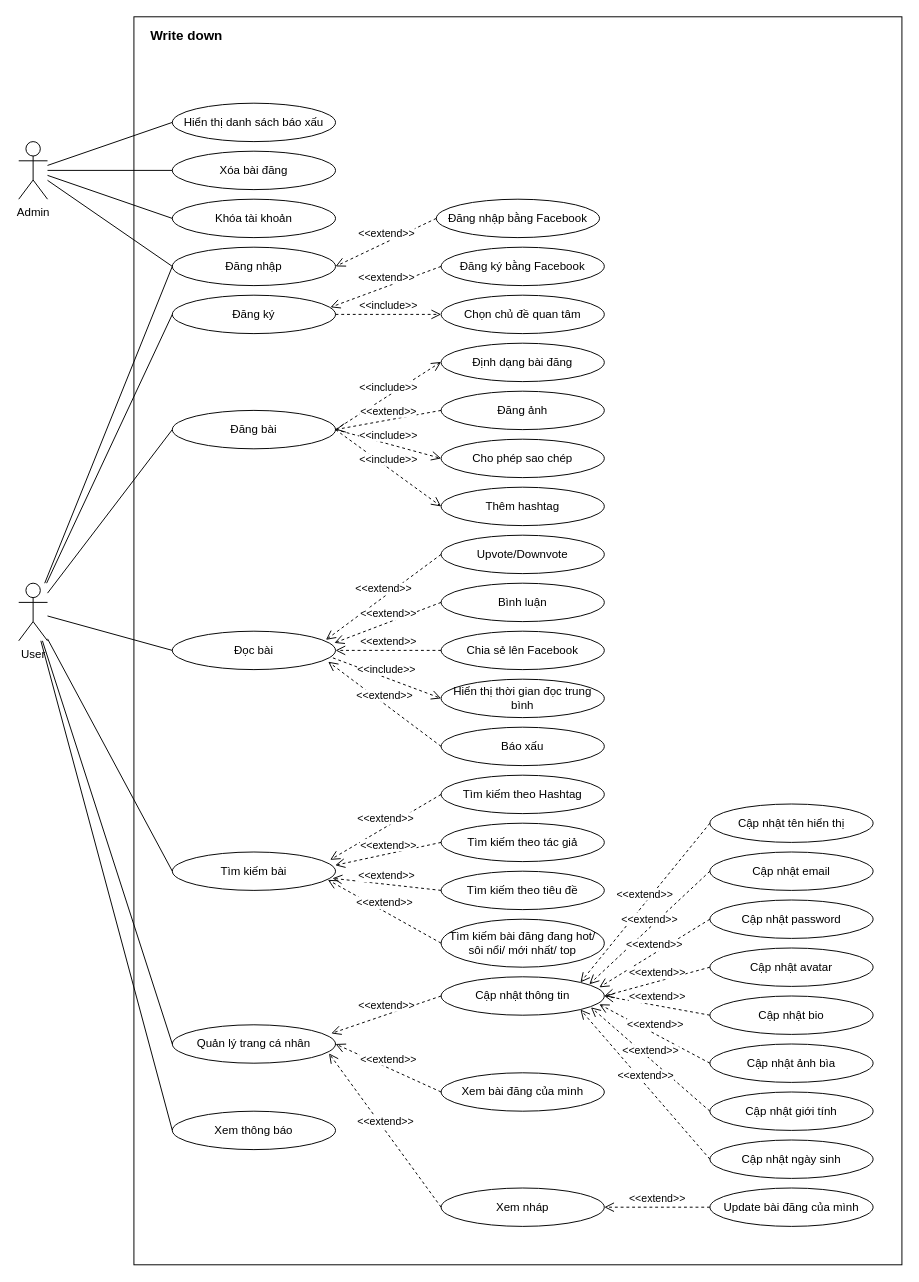
Before: use_case/write_down.drawio in nghialuffy/write_down_project, a draw.io diagram. Source tidied: cells renumbered, new cells numbered last; positions are measured from the earlier drawing's top-left corner, leaving out a move shared by most shapes. Both pictures are drawn from the tidied source at 96%, with x=0, y=0 at pixel (18, 16).
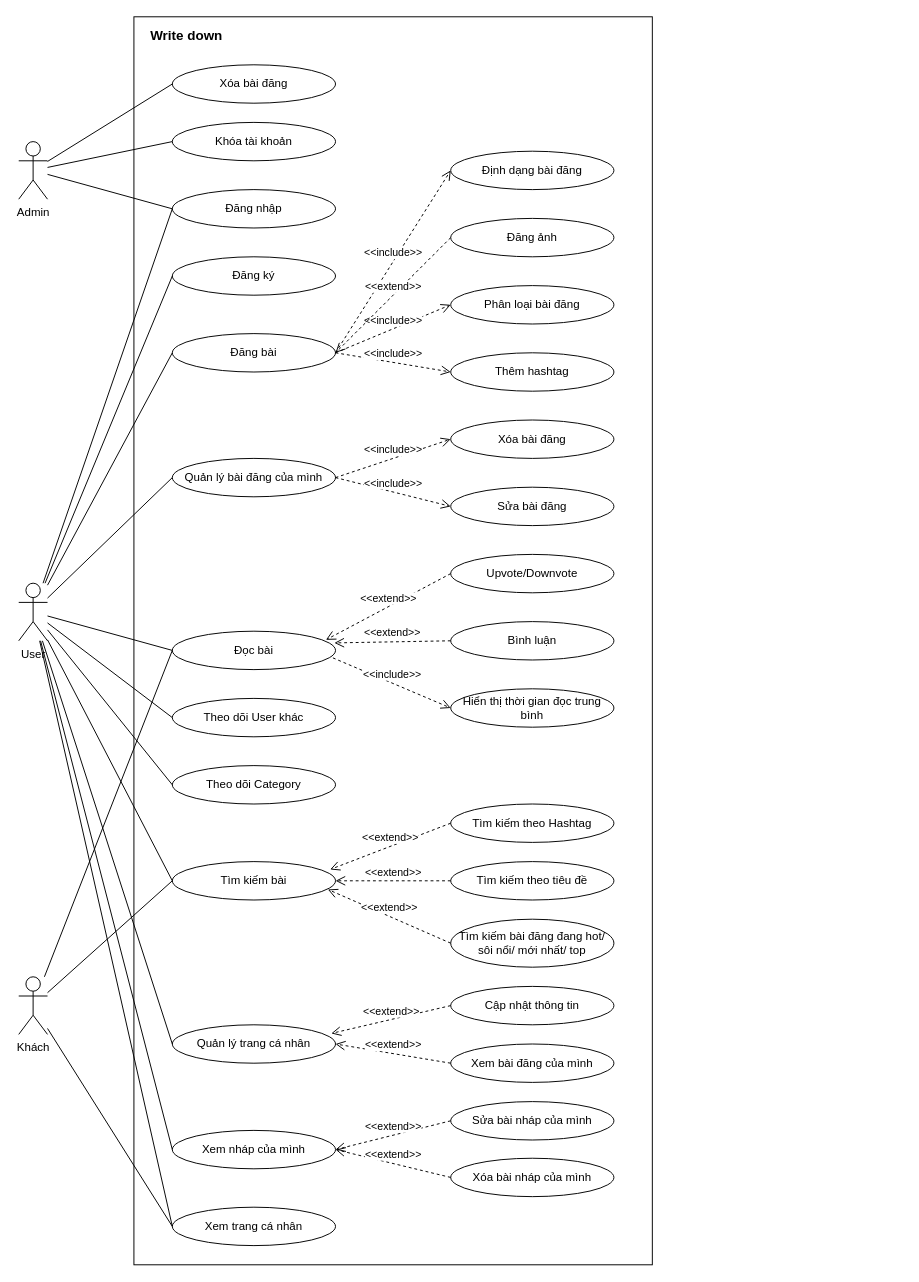
Above is the later version.

Commit message (it also covers changes not shown here):
update use case

The change refers to these unchanged cells:
```xml
<mxCell id="3" value="Admin" style="shape=umlActor;verticalLabelPosition=bottom;verticalAlign=top;html=1;outlineConnect=0;" parent="1" vertex="1">
  <mxGeometry y="130" width="30" height="60" as="geometry" />
</mxCell>
<mxCell id="7" value="User" style="shape=umlActor;verticalLabelPosition=bottom;verticalAlign=top;html=1;outlineConnect=0;" parent="1" vertex="1">
  <mxGeometry y="590" width="30" height="60" as="geometry" />
</mxCell>
<mxCell id="25" value="Đọc bài" style="ellipse;whiteSpace=wrap;html=1;" parent="1" vertex="1">
  <mxGeometry x="160" y="640" width="170" height="40" as="geometry" />
</mxCell>
<mxCell id="45" value="Quản lý trang cá nhân" style="ellipse;whiteSpace=wrap;html=1;" parent="1" vertex="1">
  <mxGeometry x="160" y="1050" width="170" height="40" as="geometry" />
</mxCell>
```

Change to the diagram source:
```diff
@@
     <mxCell id="2" style="rounded=0;whiteSpace=wrap;html=1;" parent="1" vertex="1">
-      <mxGeometry x="120" width="800" height="1300" as="geometry" />
+      <mxGeometry x="120" width="540" height="1300" as="geometry" />
     </mxCell>
@@
-    <mxCell id="4" value="Hiển thị danh sách báo xấu" style="ellipse;whiteSpace=wrap;html=1;" parent="1" vertex="1">
-      <mxGeometry x="160" y="90" width="170" height="40" as="geometry" />
-    </mxCell>
     <mxCell id="5" value="Xóa bài đăng" style="ellipse;whiteSpace=wrap;html=1;" parent="1" vertex="1">
-      <mxGeometry x="160" y="140" width="170" height="40" as="geometry" />
+      <mxGeometry x="160" y="50" width="170" height="40" as="geometry" />
     </mxCell>
     <mxCell id="6" value="Khóa tài khoản" style="ellipse;whiteSpace=wrap;html=1;" parent="1" vertex="1">
-      <mxGeometry x="160" y="190" width="170" height="40" as="geometry" />
+      <mxGeometry x="160" y="110" width="170" height="40" as="geometry" />
     </mxCell>
@@
     <mxCell id="8" value="Đăng ký" style="ellipse;whiteSpace=wrap;html=1;" parent="1" vertex="1">
-      <mxGeometry x="160" y="290" width="170" height="40" as="geometry" />
+      <mxGeometry x="160" y="250" width="170" height="40" as="geometry" />
     </mxCell>
-    <mxCell id="9" value="Đăng ký bằng Facebook" style="ellipse;whiteSpace=wrap;html=1;" parent="1" vertex="1">
-      <mxGeometry x="440" y="240" width="170" height="40" as="geometry" />
-    </mxCell>
-    <mxCell id="10" value="&amp;lt;&amp;lt;extend&amp;gt;&amp;gt;" style="html=1;verticalAlign=bottom;endArrow=open;dashed=1;endSize=8;entryX=0.969;entryY=0.315;entryDx=0;entryDy=0;entryPerimeter=0;exitX=0;exitY=0.5;exitDx=0;exitDy=0;" parent="1" edge="1" source="9" target="8">
-      <mxGeometry relative="1" as="geometry" />
-    </mxCell>
-    <mxCell id="11" value="Chọn chủ đề quan tâm" style="ellipse;whiteSpace=wrap;html=1;" parent="1" vertex="1">
-      <mxGeometry x="440" y="290" width="170" height="40" as="geometry" />
-    </mxCell>
-    <mxCell id="12" value="&amp;lt;&amp;lt;include&amp;gt;&amp;gt;" style="html=1;verticalAlign=bottom;endArrow=open;dashed=1;endSize=8;exitX=1;exitY=0.5;exitDx=0;exitDy=0;entryX=0;entryY=0.5;entryDx=0;entryDy=0;" parent="1" edge="1" source="8" target="11">
-      <mxGeometry relative="1" as="geometry" />
-    </mxCell>
     <mxCell id="13" value="Đăng nhập" style="ellipse;whiteSpace=wrap;html=1;" parent="1" vertex="1">
-      <mxGeometry x="160" y="240" width="170" height="40" as="geometry" />
+      <mxGeometry x="160" y="180" width="170" height="40" as="geometry" />
     </mxCell>
-    <mxCell id="14" value="Đăng nhập bằng Facebook" style="ellipse;whiteSpace=wrap;html=1;" parent="1" vertex="1">
-      <mxGeometry x="435" y="190" width="170" height="40" as="geometry" />
-    </mxCell>
-    <mxCell id="15" value="&amp;lt;&amp;lt;extend&amp;gt;&amp;gt;" style="html=1;verticalAlign=bottom;endArrow=open;dashed=1;endSize=8;entryX=1;entryY=0.5;entryDx=0;entryDy=0;exitX=0;exitY=0.5;exitDx=0;exitDy=0;" parent="1" edge="1" source="14" target="13">
-      <mxGeometry relative="1" as="geometry" />
-    </mxCell>
     <mxCell id="16" value="Đăng bài" style="ellipse;whiteSpace=wrap;html=1;" parent="1" vertex="1">
-      <mxGeometry x="160" y="410" width="170" height="40" as="geometry" />
+      <mxGeometry x="160" y="330" width="170" height="40" as="geometry" />
     </mxCell>
     <mxCell id="17" value="Định dạng bài đăng" style="ellipse;whiteSpace=wrap;html=1;" parent="1" vertex="1">
-      <mxGeometry x="440" y="340" width="170" height="40" as="geometry" />
+      <mxGeometry x="450" y="140" width="170" height="40" as="geometry" />
     </mxCell>
     <mxCell id="18" value="Đăng ảnh" style="ellipse;whiteSpace=wrap;html=1;" parent="1" vertex="1">
-      <mxGeometry x="440" y="390" width="170" height="40" as="geometry" />
+      <mxGeometry x="450" y="210" width="170" height="40" as="geometry" />
     </mxCell>
-    <mxCell id="19" value="Cho phép sao chép" style="ellipse;whiteSpace=wrap;html=1;" parent="1" vertex="1">
-      <mxGeometry x="440" y="440" width="170" height="40" as="geometry" />
+    <mxCell id="19" value="Phân loại bài đăng" style="ellipse;whiteSpace=wrap;html=1;" parent="1" vertex="1">
+      <mxGeometry x="450" y="280" width="170" height="40" as="geometry" />
     </mxCell>
     <mxCell id="20" value="Thêm hashtag" style="ellipse;whiteSpace=wrap;html=1;" parent="1" vertex="1">
-      <mxGeometry x="440" y="490" width="170" height="40" as="geometry" />
+      <mxGeometry x="450" y="350" width="170" height="40" as="geometry" />
     </mxCell>
-    <mxCell id="21" value="&amp;lt;&amp;lt;include&amp;gt;&amp;gt;" style="html=1;verticalAlign=bottom;endArrow=open;dashed=1;endSize=8;exitX=1;exitY=0.5;exitDx=0;exitDy=0;entryX=0;entryY=0.5;entryDx=0;entryDy=0;" parent="1" edge="1" source="16">
-      <mxGeometry relative="1" as="geometry">
-        <mxPoint x="440" y="359.5" as="targetPoint" />
-      </mxGeometry>
+    <mxCell id="21" value="&amp;lt;&amp;lt;include&amp;gt;&amp;gt;" style="html=1;verticalAlign=bottom;endArrow=open;dashed=1;endSize=8;exitX=1;exitY=0.5;exitDx=0;exitDy=0;entryX=0;entryY=0.5;entryDx=0;entryDy=0;" parent="1" edge="1" source="16" target="17">
+      <mxGeometry relative="1" as="geometry" />
     </mxCell>
@@
     <mxCell id="26" value="Upvote/Downvote" style="ellipse;whiteSpace=wrap;html=1;" parent="1" vertex="1">
-      <mxGeometry x="440" y="540" width="170" height="40" as="geometry" />
+      <mxGeometry x="450" y="560" width="170" height="40" as="geometry" />
     </mxCell>
     <mxCell id="27" value="Bình luận" style="ellipse;whiteSpace=wrap;html=1;" parent="1" vertex="1">
-      <mxGeometry x="440" y="590" width="170" height="40" as="geometry" />
+      <mxGeometry x="450" y="630" width="170" height="40" as="geometry" />
     </mxCell>
-    <mxCell id="28" value="Chia sẻ lên Facebook" style="ellipse;whiteSpace=wrap;html=1;" parent="1" vertex="1">
-      <mxGeometry x="440" y="640" width="170" height="40" as="geometry" />
-    </mxCell>
     <mxCell id="29" value="Hiển thị thời gian đọc trung bình" style="ellipse;whiteSpace=wrap;html=1;" parent="1" vertex="1">
-      <mxGeometry x="440" y="690" width="170" height="40" as="geometry" />
+      <mxGeometry x="450" y="700" width="170" height="40" as="geometry" />
     </mxCell>
-    <mxCell id="30" value="Báo xấu" style="ellipse;whiteSpace=wrap;html=1;" parent="1" vertex="1">
-      <mxGeometry x="440" y="740" width="170" height="40" as="geometry" />
-    </mxCell>
@@
-    <mxCell id="33" value="&amp;lt;&amp;lt;extend&amp;gt;&amp;gt;" style="html=1;verticalAlign=bottom;endArrow=open;dashed=1;endSize=8;entryX=1;entryY=0.5;entryDx=0;entryDy=0;exitX=0;exitY=0.5;exitDx=0;exitDy=0;" parent="1" edge="1" source="28" target="25">
-      <mxGeometry relative="1" as="geometry" />
-    </mxCell>
-    <mxCell id="34" value="&amp;lt;&amp;lt;extend&amp;gt;&amp;gt;" style="html=1;verticalAlign=bottom;endArrow=open;dashed=1;endSize=8;entryX=0.955;entryY=0.795;entryDx=0;entryDy=0;exitX=0;exitY=0.5;exitDx=0;exitDy=0;entryPerimeter=0;" parent="1" edge="1" source="30" target="25">
-      <mxGeometry relative="1" as="geometry" />
-    </mxCell>
@@
     <mxCell id="36" value="Tìm kiếm bài" style="ellipse;whiteSpace=wrap;html=1;" parent="1" vertex="1">
-      <mxGeometry x="160" y="870" width="170" height="40" as="geometry" />
+      <mxGeometry x="160" y="880" width="170" height="40" as="geometry" />
     </mxCell>
     <mxCell id="37" value="Tìm kiếm theo Hashtag" style="ellipse;whiteSpace=wrap;html=1;" parent="1" vertex="1">
-      <mxGeometry x="440" y="790" width="170" height="40" as="geometry" />
+      <mxGeometry x="450" y="820" width="170" height="40" as="geometry" />
     </mxCell>
-    <mxCell id="38" value="Tìm kiếm theo tác giả" style="ellipse;whiteSpace=wrap;html=1;" parent="1" vertex="1">
-      <mxGeometry x="440" y="840" width="170" height="40" as="geometry" />
-    </mxCell>
     <mxCell id="39" value="Tìm kiếm theo tiêu đề" style="ellipse;whiteSpace=wrap;html=1;" parent="1" vertex="1">
-      <mxGeometry x="440" y="890" width="170" height="40" as="geometry" />
+      <mxGeometry x="450" y="880" width="170" height="40" as="geometry" />
     </mxCell>
     <mxCell id="40" value="Tìm kiếm bài đăng đang hot/ sôi nổi/ mới nhất/ top" style="ellipse;whiteSpace=wrap;html=1;" parent="1" vertex="1">
-      <mxGeometry x="440" y="940" width="170" height="50" as="geometry" />
+      <mxGeometry x="450" y="940" width="170" height="50" as="geometry" />
     </mxCell>
@@
-    <mxCell id="42" value="&amp;lt;&amp;lt;extend&amp;gt;&amp;gt;" style="html=1;verticalAlign=bottom;endArrow=open;dashed=1;endSize=8;exitX=0;exitY=0.5;exitDx=0;exitDy=0;entryX=0.998;entryY=0.345;entryDx=0;entryDy=0;entryPerimeter=0;" parent="1" edge="1" source="38" target="36">
-      <mxGeometry relative="1" as="geometry" />
-    </mxCell>
-    <mxCell id="43" value="&amp;lt;&amp;lt;extend&amp;gt;&amp;gt;" style="html=1;verticalAlign=bottom;endArrow=open;dashed=1;endSize=8;entryX=0.981;entryY=0.685;entryDx=0;entryDy=0;exitX=0;exitY=0.5;exitDx=0;exitDy=0;entryPerimeter=0;" parent="1" edge="1" source="39" target="36">
+    <mxCell id="43" value="&amp;lt;&amp;lt;extend&amp;gt;&amp;gt;" style="html=1;verticalAlign=bottom;endArrow=open;dashed=1;endSize=8;entryX=1;entryY=0.5;entryDx=0;entryDy=0;exitX=0;exitY=0.5;exitDx=0;exitDy=0;" parent="1" edge="1" source="39" target="36">
       <mxGeometry relative="1" as="geometry" />
     </mxCell>
@@
     <mxCell id="46" value="Cập nhật thông tin" style="ellipse;whiteSpace=wrap;html=1;" parent="1" vertex="1">
-      <mxGeometry x="440" y="1000" width="170" height="40" as="geometry" />
+      <mxGeometry x="450" y="1010" width="170" height="40" as="geometry" />
     </mxCell>
     <mxCell id="47" value="Xem bài đăng của mình" style="ellipse;whiteSpace=wrap;html=1;" parent="1" vertex="1">
-      <mxGeometry x="440" y="1100" width="170" height="40" as="geometry" />
+      <mxGeometry x="450" y="1070" width="170" height="40" as="geometry" />
     </mxCell>
-    <mxCell id="48" value="Xem nháp" style="ellipse;whiteSpace=wrap;html=1;" parent="1" vertex="1">
-      <mxGeometry x="440" y="1220" width="170" height="40" as="geometry" />
+    <mxCell id="48" value="Xem nháp của mình" style="ellipse;whiteSpace=wrap;html=1;" parent="1" vertex="1">
+      <mxGeometry x="160" y="1160" width="170" height="40" as="geometry" />
     </mxCell>
-    <mxCell id="49" value="Update bài đăng của mình" style="ellipse;whiteSpace=wrap;html=1;" parent="1" vertex="1">
-      <mxGeometry x="720" y="1220" width="170" height="40" as="geometry" />
+    <mxCell id="49" value="Sửa bài nháp của mình" style="ellipse;whiteSpace=wrap;html=1;" parent="1" vertex="1">
+      <mxGeometry x="450" y="1130" width="170" height="40" as="geometry" />
     </mxCell>
-    <mxCell id="50" value="Xem thông báo" style="ellipse;whiteSpace=wrap;html=1;" parent="1" vertex="1">
-      <mxGeometry x="160" y="1140" width="170" height="40" as="geometry" />
-    </mxCell>
@@
-    <mxCell id="53" value="&amp;lt;&amp;lt;extend&amp;gt;&amp;gt;" style="html=1;verticalAlign=bottom;endArrow=open;dashed=1;endSize=8;entryX=0.96;entryY=0.745;entryDx=0;entryDy=0;exitX=0;exitY=0.5;exitDx=0;exitDy=0;entryPerimeter=0;" parent="1" edge="1" source="48" target="45">
-      <mxGeometry relative="1" as="geometry" />
-    </mxCell>
@@
-    <mxCell id="55" value="Cập nhật tên hiển thị" style="ellipse;whiteSpace=wrap;html=1;" parent="1" vertex="1">
-      <mxGeometry x="720" y="820" width="170" height="40" as="geometry" />
-    </mxCell>
-    <mxCell id="56" value="Cập nhật email" style="ellipse;whiteSpace=wrap;html=1;" parent="1" vertex="1">
-      <mxGeometry x="720" y="870" width="170" height="40" as="geometry" />
-    </mxCell>
-    <mxCell id="57" value="Cập nhật password" style="ellipse;whiteSpace=wrap;html=1;" parent="1" vertex="1">
-      <mxGeometry x="720" y="920" width="170" height="40" as="geometry" />
-    </mxCell>
-    <mxCell id="58" value="Cập nhật avatar" style="ellipse;whiteSpace=wrap;html=1;" parent="1" vertex="1">
-      <mxGeometry x="720" y="970" width="170" height="40" as="geometry" />
-    </mxCell>
-    <mxCell id="59" value="Cập nhật bio" style="ellipse;whiteSpace=wrap;html=1;" parent="1" vertex="1">
-      <mxGeometry x="720" y="1020" width="170" height="40" as="geometry" />
-    </mxCell>
-    <mxCell id="60" value="Cập nhật ảnh bìa" style="ellipse;whiteSpace=wrap;html=1;" parent="1" vertex="1">
-      <mxGeometry x="720" y="1070" width="170" height="40" as="geometry" />
-    </mxCell>
-    <mxCell id="61" value="Cập nhật giới tính" style="ellipse;whiteSpace=wrap;html=1;" parent="1" vertex="1">
-      <mxGeometry x="720" y="1120" width="170" height="40" as="geometry" />
-    </mxCell>
-    <mxCell id="62" value="Cập nhật ngày sinh" style="ellipse;whiteSpace=wrap;html=1;" parent="1" vertex="1">
-      <mxGeometry x="720" y="1170" width="170" height="40" as="geometry" />
-    </mxCell>
-    <mxCell id="63" value="&amp;lt;&amp;lt;extend&amp;gt;&amp;gt;" style="html=1;verticalAlign=bottom;endArrow=open;dashed=1;endSize=8;entryX=1;entryY=0;entryDx=0;entryDy=0;exitX=0;exitY=0.5;exitDx=0;exitDy=0;" parent="1" edge="1" source="55" target="46">
-      <mxGeometry relative="1" as="geometry" />
-    </mxCell>
-    <mxCell id="64" value="&amp;lt;&amp;lt;extend&amp;gt;&amp;gt;" style="html=1;verticalAlign=bottom;endArrow=open;dashed=1;endSize=8;entryX=0.908;entryY=0.195;entryDx=0;entryDy=0;exitX=0;exitY=0.5;exitDx=0;exitDy=0;entryPerimeter=0;" parent="1" edge="1" source="56" target="46">
-      <mxGeometry relative="1" as="geometry" />
-    </mxCell>
-    <mxCell id="65" value="&amp;lt;&amp;lt;extend&amp;gt;&amp;gt;" style="html=1;verticalAlign=bottom;endArrow=open;dashed=1;endSize=8;entryX=0.969;entryY=0.275;entryDx=0;entryDy=0;exitX=0;exitY=0.5;exitDx=0;exitDy=0;entryPerimeter=0;" parent="1" edge="1" source="57" target="46">
-      <mxGeometry relative="1" as="geometry" />
-    </mxCell>
-    <mxCell id="66" value="&amp;lt;&amp;lt;extend&amp;gt;&amp;gt;" style="html=1;verticalAlign=bottom;endArrow=open;dashed=1;endSize=8;entryX=1;entryY=0.5;entryDx=0;entryDy=0;exitX=0;exitY=0.5;exitDx=0;exitDy=0;" parent="1" edge="1" source="58" target="46">
-      <mxGeometry relative="1" as="geometry" />
-    </mxCell>
-    <mxCell id="67" value="&amp;lt;&amp;lt;extend&amp;gt;&amp;gt;" style="html=1;verticalAlign=bottom;endArrow=open;dashed=1;endSize=8;entryX=1;entryY=0.5;entryDx=0;entryDy=0;exitX=0;exitY=0.5;exitDx=0;exitDy=0;" parent="1" edge="1" source="59" target="46">
-      <mxGeometry relative="1" as="geometry" />
-    </mxCell>
-    <mxCell id="68" value="&amp;lt;&amp;lt;extend&amp;gt;&amp;gt;" style="html=1;verticalAlign=bottom;endArrow=open;dashed=1;endSize=8;entryX=0.969;entryY=0.715;entryDx=0;entryDy=0;exitX=0;exitY=0.5;exitDx=0;exitDy=0;entryPerimeter=0;" parent="1" edge="1" source="60" target="46">
-      <mxGeometry relative="1" as="geometry" />
-    </mxCell>
-    <mxCell id="69" value="&amp;lt;&amp;lt;extend&amp;gt;&amp;gt;" style="html=1;verticalAlign=bottom;endArrow=open;dashed=1;endSize=8;entryX=0.918;entryY=0.795;entryDx=0;entryDy=0;exitX=0;exitY=0.5;exitDx=0;exitDy=0;entryPerimeter=0;" parent="1" edge="1" source="61" target="46">
-      <mxGeometry relative="1" as="geometry" />
-    </mxCell>
-    <mxCell id="70" value="&amp;lt;&amp;lt;extend&amp;gt;&amp;gt;" style="html=1;verticalAlign=bottom;endArrow=open;dashed=1;endSize=8;entryX=1;entryY=1;entryDx=0;entryDy=0;exitX=0;exitY=0.5;exitDx=0;exitDy=0;" parent="1" edge="1" source="62" target="46">
-      <mxGeometry relative="1" as="geometry" />
-    </mxCell>
-    <mxCell id="71" style="endArrow=none;html=1;entryX=0;entryY=0.5;entryDx=0;entryDy=0;" parent="1" edge="1" source="3" target="4">
-      <mxGeometry relative="1" as="geometry" />
-    </mxCell>
@@
-    <mxCell id="80" style="endArrow=none;html=1;exitX=0;exitY=0.5;exitDx=0;exitDy=0;" parent="1" edge="1" source="50" target="7">
-      <mxGeometry relative="1" as="geometry" />
-    </mxCell>
@@
+    <mxCell id="83" value="Quản lý bài đăng của mình" style="ellipse;whiteSpace=wrap;html=1;" parent="1" vertex="1">
+      <mxGeometry x="160" y="460" width="170" height="40" as="geometry" />
+    </mxCell>
+    <mxCell id="84" style="endArrow=none;html=1;entryX=0;entryY=0.5;entryDx=0;entryDy=0;" parent="1" edge="1" source="7" target="83">
+      <mxGeometry relative="1" as="geometry" />
+    </mxCell>
+    <mxCell id="85" value="Xóa bài đăng" style="ellipse;whiteSpace=wrap;html=1;" parent="1" vertex="1">
+      <mxGeometry x="450" y="420" width="170" height="40" as="geometry" />
+    </mxCell>
+    <mxCell id="86" value="Sửa bài đăng" style="ellipse;whiteSpace=wrap;html=1;" parent="1" vertex="1">
+      <mxGeometry x="450" y="490" width="170" height="40" as="geometry" />
+    </mxCell>
+    <mxCell id="87" value="&amp;lt;&amp;lt;include&amp;gt;&amp;gt;" style="html=1;verticalAlign=bottom;endArrow=open;dashed=1;endSize=8;exitX=1;exitY=0.5;exitDx=0;exitDy=0;entryX=0;entryY=0.5;entryDx=0;entryDy=0;" parent="1" edge="1" source="83" target="85">
+      <mxGeometry relative="1" as="geometry" />
+    </mxCell>
+    <mxCell id="88" value="&amp;lt;&amp;lt;include&amp;gt;&amp;gt;" style="html=1;verticalAlign=bottom;endArrow=open;dashed=1;endSize=8;exitX=1;exitY=0.5;exitDx=0;exitDy=0;entryX=0;entryY=0.5;entryDx=0;entryDy=0;" parent="1" edge="1" source="83" target="86">
+      <mxGeometry relative="1" as="geometry" />
+    </mxCell>
+    <mxCell id="89" style="endArrow=none;html=1;exitX=0;exitY=0.5;exitDx=0;exitDy=0;" parent="1" edge="1" source="48" target="7">
+      <mxGeometry relative="1" as="geometry" />
+    </mxCell>
+    <mxCell id="90" value="Xóa bài nháp của mình" style="ellipse;whiteSpace=wrap;html=1;" parent="1" vertex="1">
+      <mxGeometry x="450" y="1189" width="170" height="40" as="geometry" />
+    </mxCell>
+    <mxCell id="91" value="&amp;lt;&amp;lt;extend&amp;gt;&amp;gt;" style="html=1;verticalAlign=bottom;endArrow=open;dashed=1;endSize=8;entryX=1;entryY=0.5;entryDx=0;entryDy=0;exitX=0;exitY=0.5;exitDx=0;exitDy=0;" parent="1" edge="1" source="90" target="48">
+      <mxGeometry relative="1" as="geometry" />
+    </mxCell>
+    <mxCell id="92" value="Khách" style="shape=umlActor;verticalLabelPosition=bottom;verticalAlign=top;html=1;outlineConnect=0;" parent="1" vertex="1">
+      <mxGeometry y="1000" width="30" height="60" as="geometry" />
+    </mxCell>
+    <mxCell id="93" style="endArrow=none;html=1;entryX=0;entryY=0.5;entryDx=0;entryDy=0;" parent="1" edge="1" source="92" target="36">
+      <mxGeometry relative="1" as="geometry" />
+    </mxCell>
+    <mxCell id="94" style="endArrow=none;html=1;entryX=0;entryY=0.5;entryDx=0;entryDy=0;" parent="1" edge="1" source="92" target="25">
+      <mxGeometry relative="1" as="geometry" />
+    </mxCell>
+    <mxCell id="95" value="Xem trang cá nhân" style="ellipse;whiteSpace=wrap;html=1;" parent="1" vertex="1">
+      <mxGeometry x="160" y="1240" width="170" height="40" as="geometry" />
+    </mxCell>
+    <mxCell id="96" style="endArrow=none;html=1;entryX=0;entryY=0.5;entryDx=0;entryDy=0;" parent="1" edge="1" source="92" target="95">
+      <mxGeometry relative="1" as="geometry" />
+    </mxCell>
+    <mxCell id="97" value="Theo dõi User khác" style="ellipse;whiteSpace=wrap;html=1;" parent="1" vertex="1">
+      <mxGeometry x="160" y="710" width="170" height="40" as="geometry" />
+    </mxCell>
+    <mxCell id="98" value="Theo dõi Category" style="ellipse;whiteSpace=wrap;html=1;" parent="1" vertex="1">
+      <mxGeometry x="160" y="780" width="170" height="40" as="geometry" />
+    </mxCell>
+    <mxCell id="99" style="endArrow=none;html=1;entryX=0;entryY=0.5;entryDx=0;entryDy=0;" parent="1" edge="1" source="7" target="97">
+      <mxGeometry relative="1" as="geometry" />
+    </mxCell>
+    <mxCell id="100" style="endArrow=none;html=1;entryX=0;entryY=0.5;entryDx=0;entryDy=0;" parent="1" edge="1" source="7" target="98">
+      <mxGeometry relative="1" as="geometry" />
+    </mxCell>
+    <mxCell id="101" style="endArrow=none;html=1;entryX=0;entryY=0.5;entryDx=0;entryDy=0;" parent="1" edge="1" source="7" target="95">
+      <mxGeometry relative="1" as="geometry" />
+    </mxCell>
```
